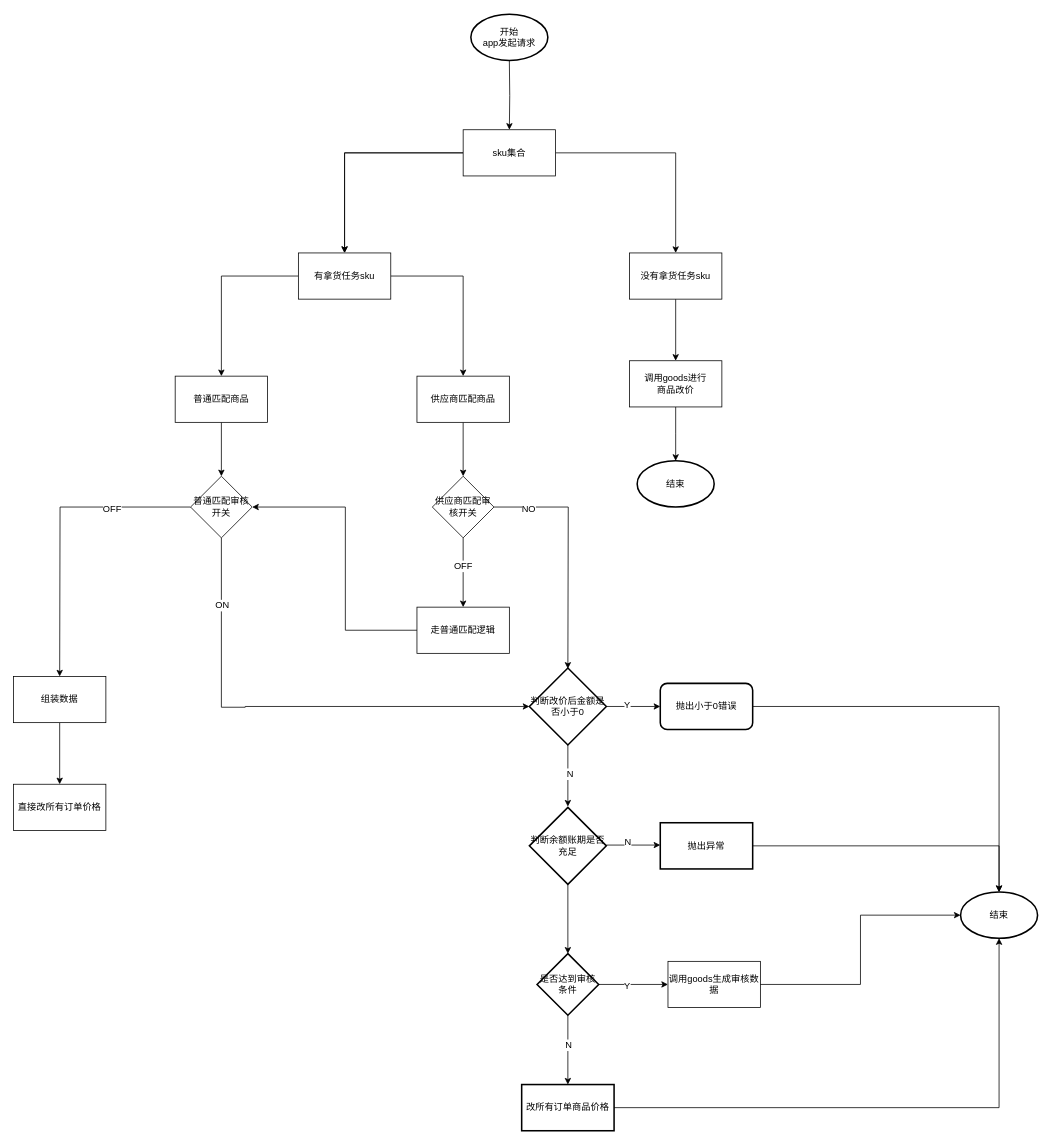
Earlier version of the draw.io diagram spu确认改价流程图.drawio (bian0814/draw.io). Source tidied: cells renumbered, new cells numbered last; positions are measured from the earlier drawing's top-left corner, leaving out a move shared by most shapes. Both pictures are drawn from the tidied source at 77%, with x=0, y=0 at pixel (13, 14).
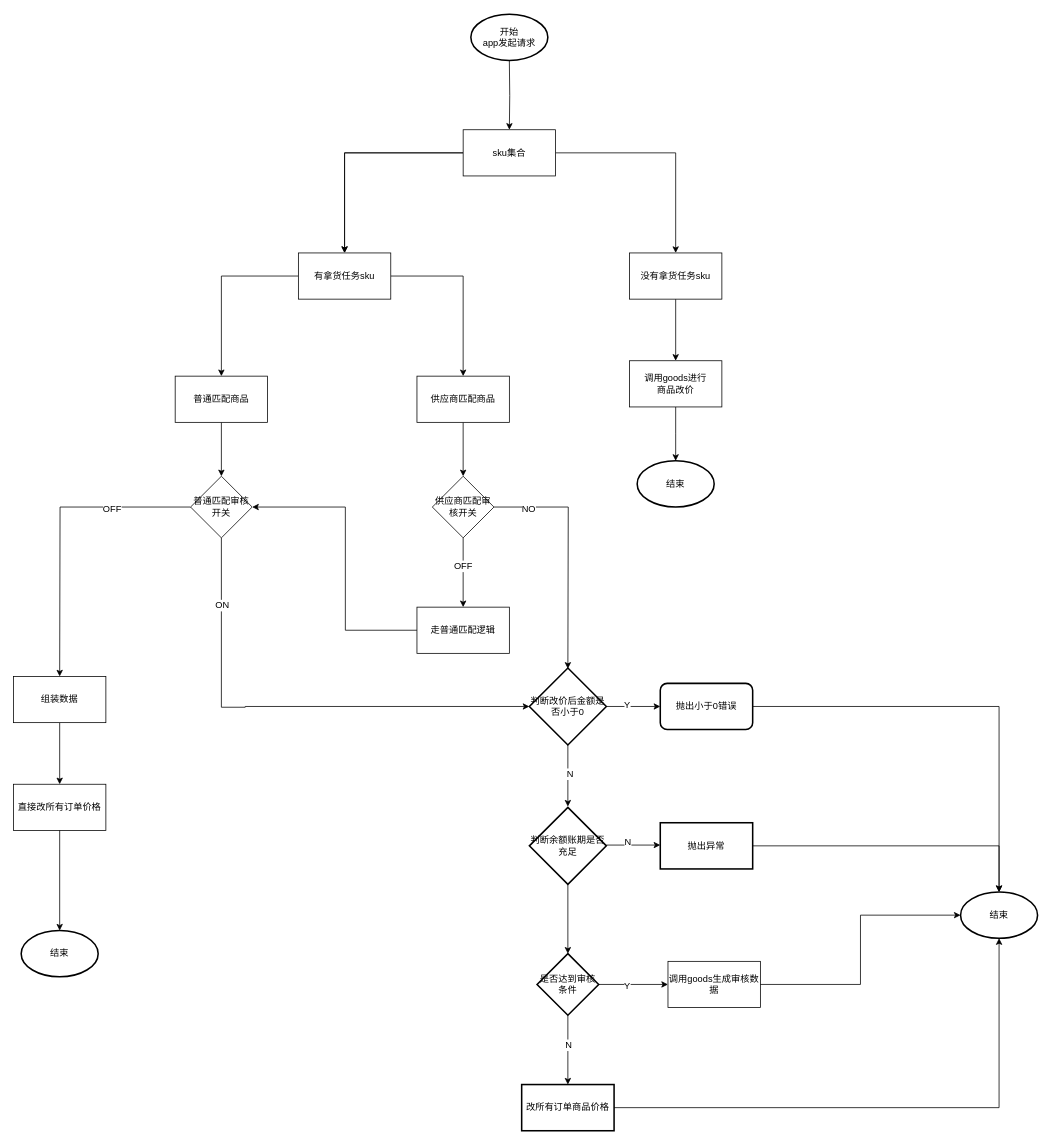
The same diagram, later.

Commit message (it also covers changes not shown here):
更新spu确认改价流程图.drawio

Unchanged cells that the change refers to:
```xml
<mxCell id="57" value="直接改所有订单价格" style="whiteSpace=wrap;html=1;" parent="1" vertex="1">
  <mxGeometry y="1000" width="120" height="60" as="geometry" />
</mxCell>
```

Change to the diagram source:
```diff
@@
+    <mxCell id="58" value="结束" style="strokeWidth=2;html=1;shape=mxgraph.flowchart.start_1;whiteSpace=wrap;strokeColor=default;align=center;verticalAlign=middle;fontFamily=Helvetica;fontSize=12;fontColor=default;fillColor=default;" parent="1" vertex="1">
+      <mxGeometry x="10" y="1190" width="100" height="60" as="geometry" />
+    </mxCell>
+    <mxCell id="59" style="edgeStyle=orthogonalEdgeStyle;rounded=0;jettySize=auto;html=1;entryX=0.5;entryY=0;entryDx=0;entryDy=0;entryPerimeter=0;fontFamily=Helvetica;fontSize=12;fontColor=default;" parent="1" edge="1" source="57" target="58">
+      <mxGeometry relative="1" as="geometry" />
+    </mxCell>
```
